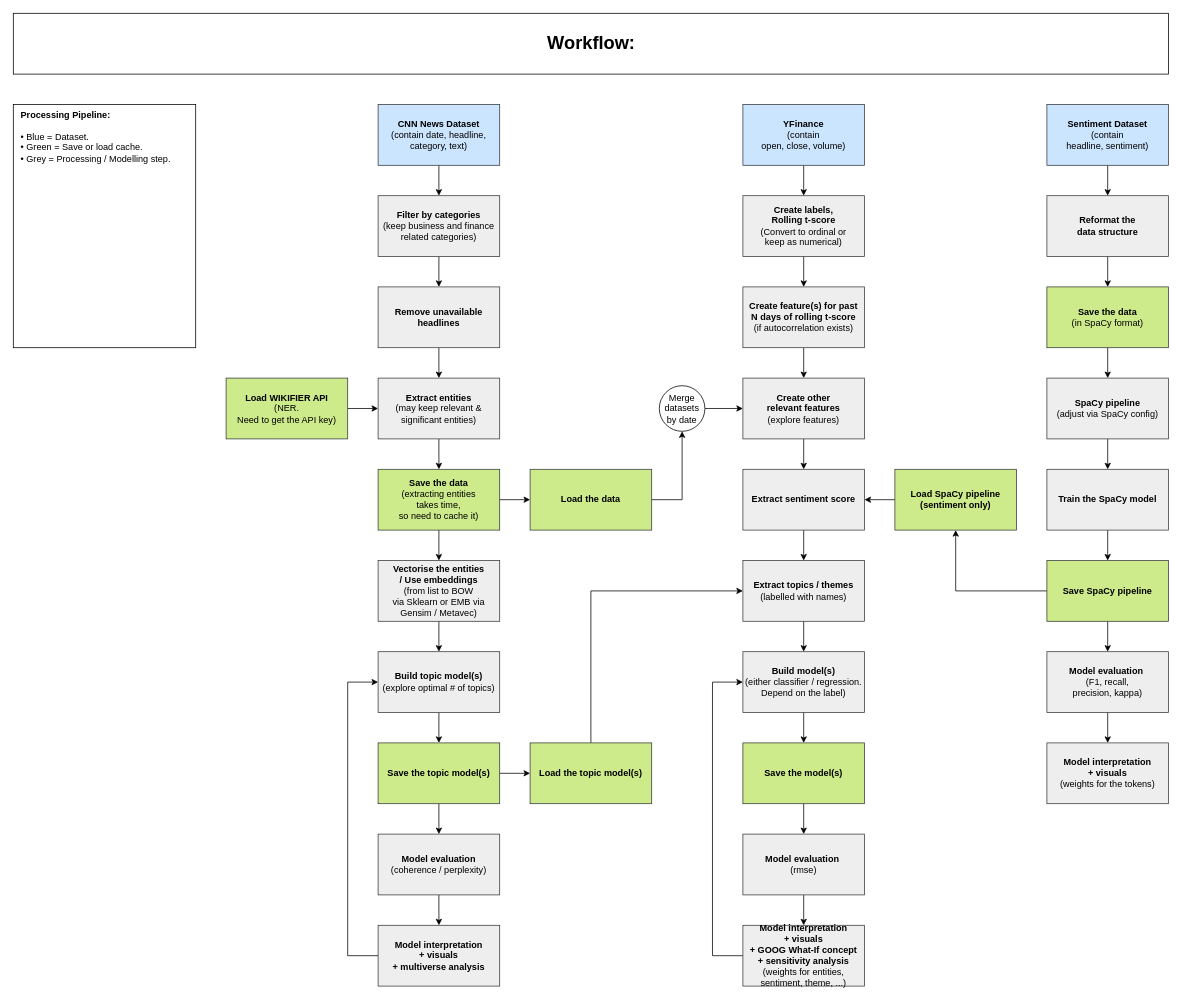
This is page "workflow" (1 of 3) of docs/flowchart/processing_flowchart.drawio from lioneltayyd/MADS-M2-estimating-news-impact-on-financial-market, a draw.io file, before an edit. Source tidied: cells renumbered, new cells numbered last; positions are measured from the earlier drawing's top-left corner, leaving out a move shared by most shapes. Both pictures are drawn from the tidied source at 76%, with x=0, y=0 at pixel (13, 13).
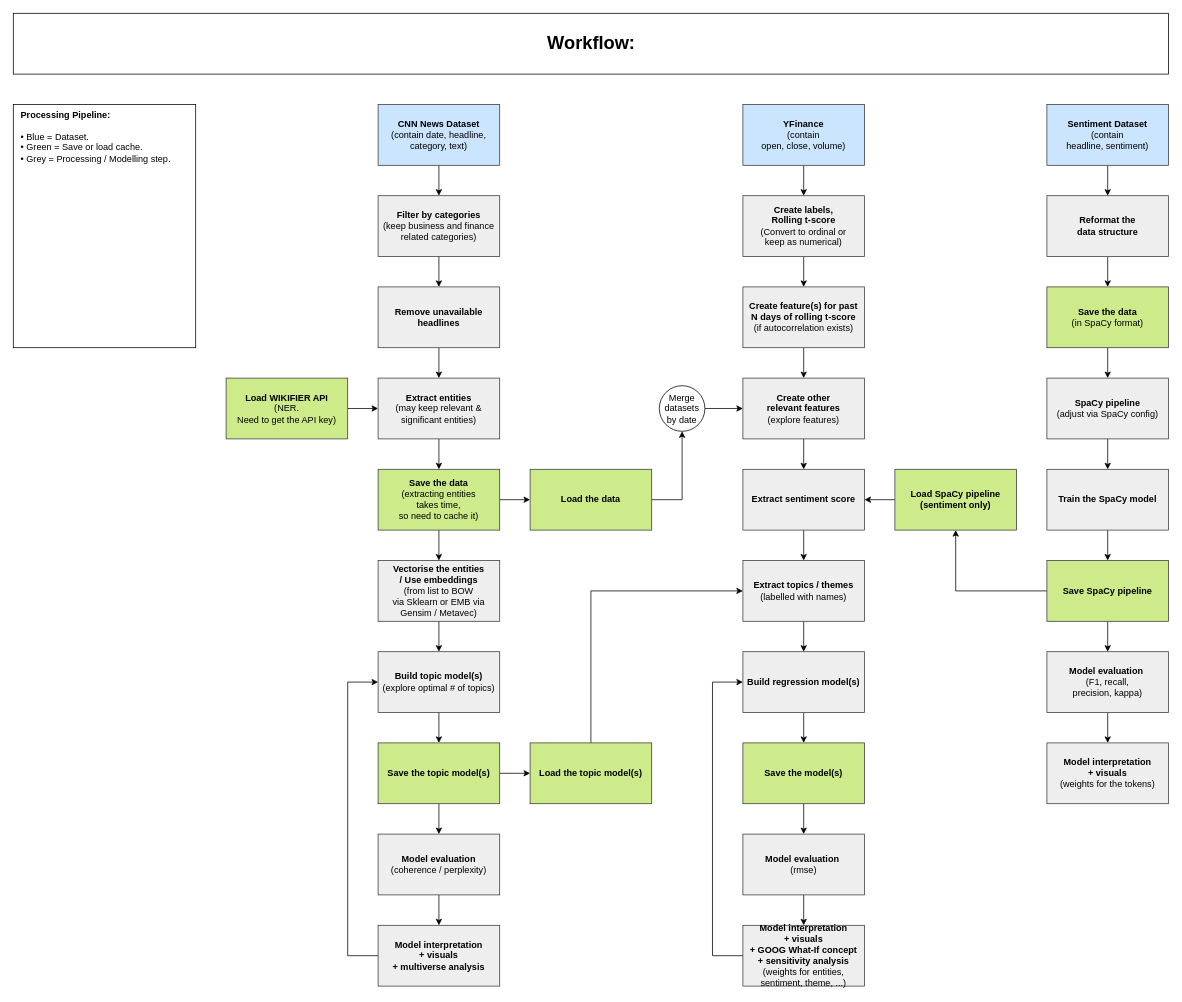
The same page after the edit.

Diff of the diagram source:
```diff
@@
-    <mxCell id="55" value="&lt;b&gt;Build model(s)&lt;/b&gt;&lt;br&gt;(either classifier / regression. &lt;br&gt;Depend on the label)" style="rounded=0;whiteSpace=wrap;html=1;fillColor=#eeeeee;strokeColor=#36393d;" parent="1" vertex="1">
+    <mxCell id="55" value="&lt;b&gt;Build regression model(s)&lt;/b&gt;" style="rounded=0;whiteSpace=wrap;html=1;fillColor=#eeeeee;strokeColor=#36393d;" parent="1" vertex="1">
       <mxGeometry x="960" y="840" width="160" height="80" as="geometry" />
     </mxCell>
```
